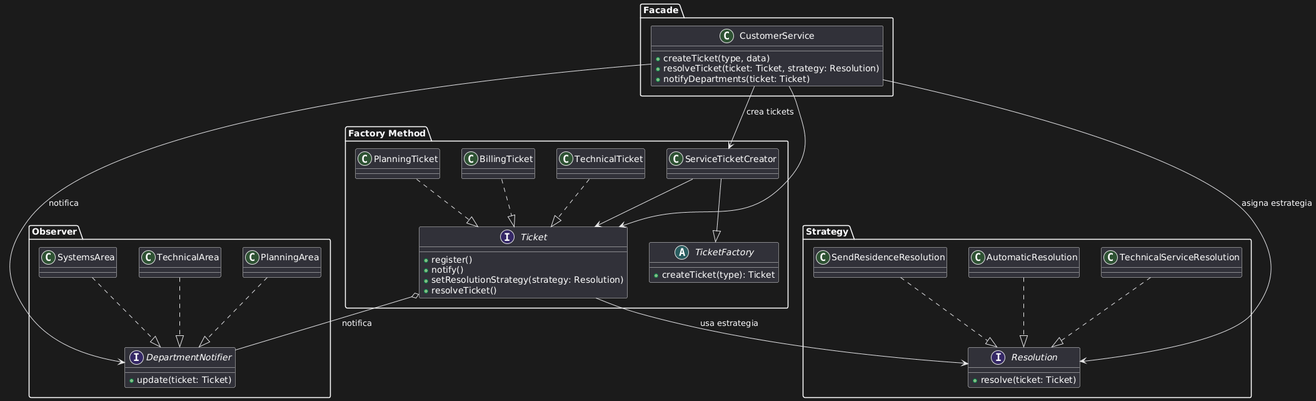
DilanUni/design-patterns-Ing keeps this PlantUML diagram as img/system.png. Above is the earlier version.
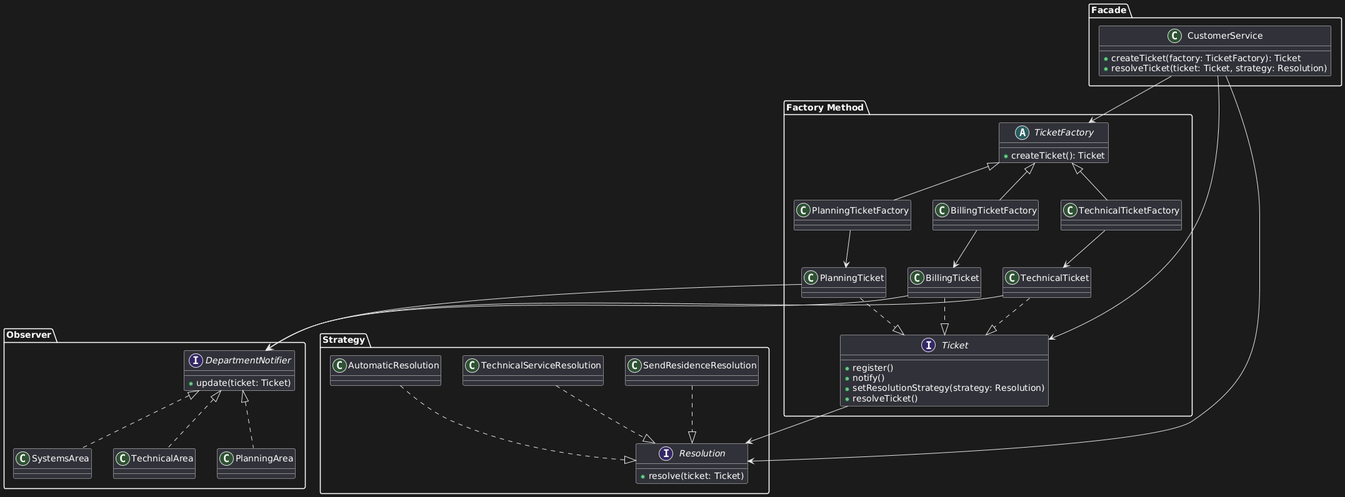
After the change.

The edit, as a diff of the source:
```diff
@@ -7,21 +7,29 @@
         +resolveTicket()
     }
 
+    abstract class TicketFactory {
+        +createTicket(): Ticket
+    }
+
     class BillingTicket
     class TechnicalTicket
     class PlanningTicket
 
-    abstract class TicketFactory {
-        +createTicket(type): Ticket
-    }
-
-    class ServiceTicketCreator
+    class BillingTicketFactory
+    class TechnicalTicketFactory
+    class PlanningTicketFactory
 
     BillingTicket ..|> Ticket
     TechnicalTicket ..|> Ticket
     PlanningTicket ..|> Ticket
-    ServiceTicketCreator --|> TicketFactory
-    ServiceTicketCreator --> Ticket
+
+    TicketFactory <|-- BillingTicketFactory
+    TicketFactory <|-- TechnicalTicketFactory
+    TicketFactory <|-- PlanningTicketFactory
+
+    BillingTicketFactory --> BillingTicket
+    TechnicalTicketFactory --> TechnicalTicket
+    PlanningTicketFactory --> PlanningTicket
 }
 
 package "Observer" {
@@ -33,11 +41,13 @@
     class PlanningArea
     class SystemsArea
 
-    Ticket o-- DepartmentNotifier : notifica
+    DepartmentNotifier <|.. TechnicalArea
+    DepartmentNotifier <|.. PlanningArea
+    DepartmentNotifier <|.. SystemsArea
 
-    TechnicalArea ..|> DepartmentNotifier
-    PlanningArea ..|> DepartmentNotifier
-    SystemsArea ..|> DepartmentNotifier
+    TechnicalTicket --> DepartmentNotifier
+    BillingTicket --> DepartmentNotifier
+    PlanningTicket --> DepartmentNotifier
 }
 
 package "Strategy" {
@@ -49,23 +59,21 @@
     class TechnicalServiceResolution
     class SendResidenceResolution
 
-    Ticket --> Resolution : usa estrategia
-
     AutomaticResolution ..|> Resolution
     TechnicalServiceResolution ..|> Resolution
     SendResidenceResolution ..|> Resolution
+
+    Ticket --> Resolution
 }
 
 package "Facade" {
     class CustomerService {
-        +createTicket(type, data)
+        +createTicket(factory: TicketFactory): Ticket
         +resolveTicket(ticket: Ticket, strategy: Resolution)
-        +notifyDepartments(ticket: Ticket)
     }
 
-    CustomerService --> ServiceTicketCreator : crea tickets
     CustomerService --> Ticket
-    CustomerService --> DepartmentNotifier : notifica
-    CustomerService --> Resolution : asigna estrategia
+    CustomerService --> Resolution
+    CustomerService --> TicketFactory
 }
 @enduml
```
